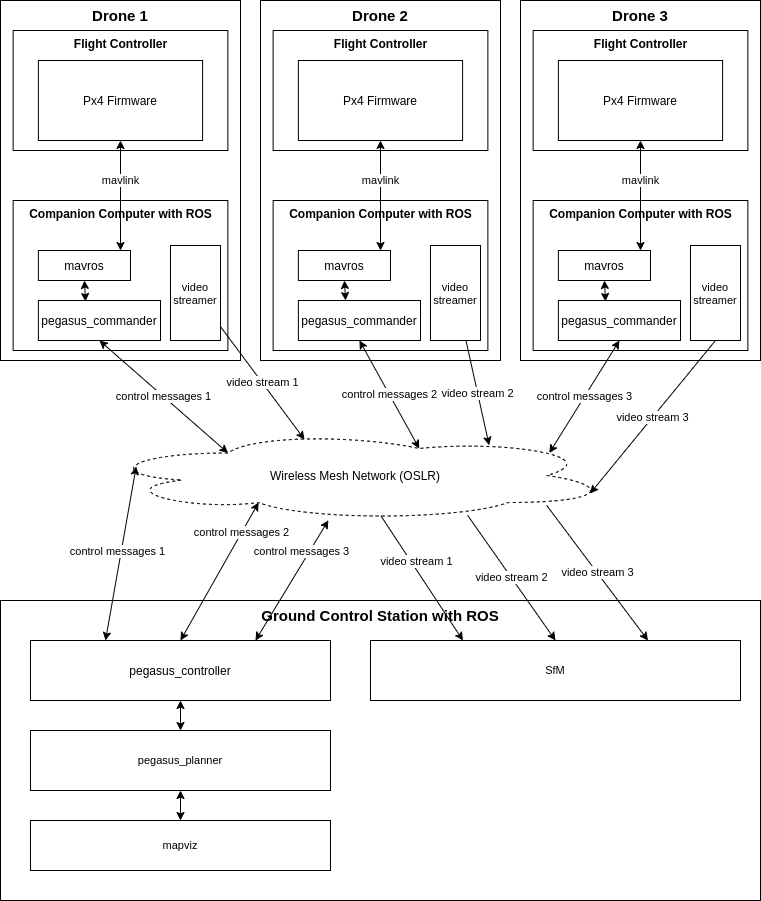
Earlier version of the draw.io export figures/methodology/system-overview.png (rmukhia/AIT-Thesis). Source tidied: cells renumbered, new cells last; positions are measured from the earlier drawing's top-left corner, leaving out a move shared by most shapes.
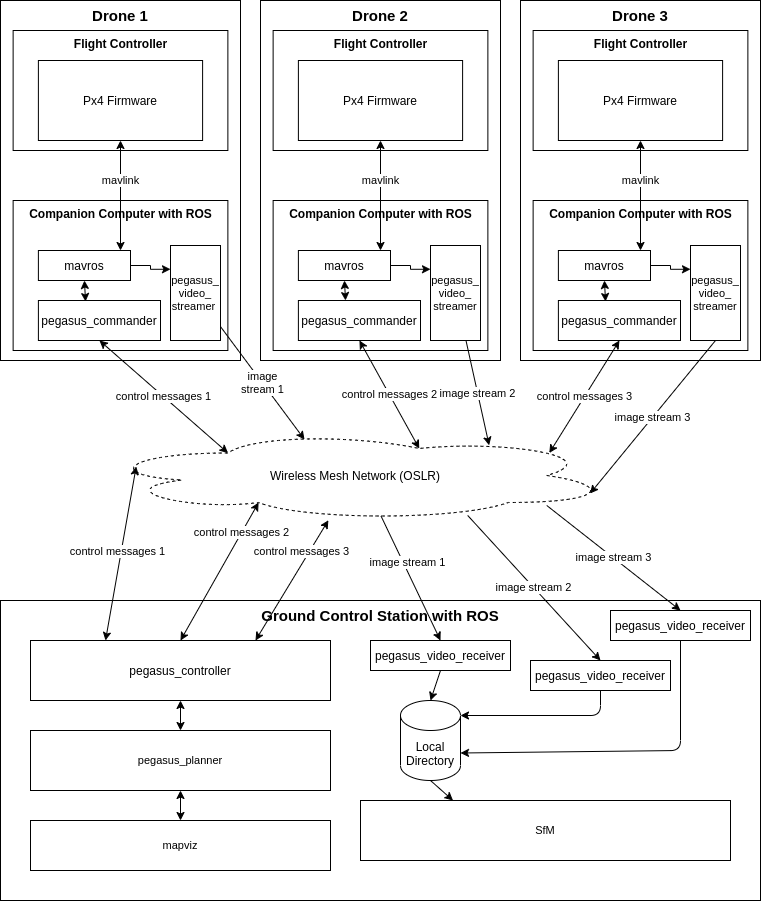
The same file after the commit.

The edit, as a diff of the source:
```diff
@@ -25,6 +25,9 @@
         </Array>
       </mxGeometry>
     </mxCell>
+    <mxCell id="53" style="edgeStyle=orthogonalEdgeStyle;rounded=0;jettySize=auto;html=1;exitX=1;exitY=0.5;exitDx=0;exitDy=0;entryX=0;entryY=0.25;entryDx=0;entryDy=0;" parent="2" edge="1" source="8" target="11">
+      <mxGeometry relative="1" as="geometry" />
+    </mxCell>
     <mxCell id="8" value="mavros" style="rounded=0;whiteSpace=wrap;html=1;" parent="2" vertex="1">
       <mxGeometry x="37.9" y="250" width="92.1" height="30" as="geometry" />
     </mxCell>
@@ -34,7 +37,7 @@
     <mxCell id="10" style="endArrow=classic;startArrow=classic;html=1;exitX=0.386;exitY=0.025;exitDx=0;exitDy=0;entryX=0.5;entryY=1;entryDx=0;entryDy=0;exitPerimeter=0;" parent="2" edge="1" source="9" target="8">
       <mxGeometry relative="1" as="geometry" />
     </mxCell>
-    <mxCell id="11" value="video streamer" style="rounded=0;whiteSpace=wrap;html=1;fontSize=11;" parent="2" vertex="1">
+    <mxCell id="11" value="pegasus_&lt;br&gt;video_&lt;br&gt;streamer&amp;nbsp;" style="rounded=0;whiteSpace=wrap;html=1;fontSize=11;" parent="2" vertex="1">
       <mxGeometry x="170" y="245" width="50" height="95" as="geometry" />
     </mxCell>
     <mxCell id="12" value="Wireless Mesh Network (OSLR)" style="ellipse;shape=cloud;whiteSpace=wrap;html=1;dashed=1;" parent="1" vertex="1">
@@ -63,6 +66,9 @@
         </Array>
       </mxGeometry>
     </mxCell>
+    <mxCell id="54" style="edgeStyle=orthogonalEdgeStyle;rounded=0;jettySize=auto;html=1;exitX=1;exitY=0.5;exitDx=0;exitDy=0;entryX=0;entryY=0.25;entryDx=0;entryDy=0;" parent="13" edge="1" source="19" target="22">
+      <mxGeometry relative="1" as="geometry" />
+    </mxCell>
     <mxCell id="19" value="mavros" style="rounded=0;whiteSpace=wrap;html=1;" parent="13" vertex="1">
       <mxGeometry x="37.9" y="250" width="92.1" height="30" as="geometry" />
     </mxCell>
@@ -72,7 +78,7 @@
     <mxCell id="21" style="endArrow=classic;startArrow=classic;html=1;exitX=0.386;exitY=0;exitDx=0;exitDy=0;entryX=0.5;entryY=1;entryDx=0;entryDy=0;exitPerimeter=0;" parent="13" edge="1" source="20" target="19">
       <mxGeometry relative="1" as="geometry" />
     </mxCell>
-    <mxCell id="22" value="video streamer" style="rounded=0;whiteSpace=wrap;html=1;fontSize=11;" parent="13" vertex="1">
+    <mxCell id="22" value="pegasus_&lt;br&gt;video_&lt;br&gt;streamer" style="rounded=0;whiteSpace=wrap;html=1;fontSize=11;" parent="13" vertex="1">
       <mxGeometry x="170" y="245" width="50" height="95" as="geometry" />
     </mxCell>
     <mxCell id="23" style="group;" parent="1" vertex="1">
@@ -98,6 +104,9 @@
         </Array>
       </mxGeometry>
     </mxCell>
+    <mxCell id="55" style="edgeStyle=orthogonalEdgeStyle;rounded=0;jettySize=auto;html=1;exitX=1;exitY=0.5;exitDx=0;exitDy=0;entryX=0;entryY=0.25;entryDx=0;entryDy=0;" parent="23" edge="1" source="29" target="32">
+      <mxGeometry relative="1" as="geometry" />
+    </mxCell>
     <mxCell id="29" value="mavros" style="rounded=0;whiteSpace=wrap;html=1;" parent="23" vertex="1">
       <mxGeometry x="37.9" y="250" width="92.1" height="30" as="geometry" />
     </mxCell>
@@ -107,7 +116,7 @@
     <mxCell id="31" style="endArrow=classic;startArrow=classic;html=1;exitX=0.386;exitY=0.025;exitDx=0;exitDy=0;entryX=0.5;entryY=1;entryDx=0;entryDy=0;exitPerimeter=0;" parent="23" edge="1" source="30" target="29">
       <mxGeometry relative="1" as="geometry" />
     </mxCell>
-    <mxCell id="32" value="video streamer" style="rounded=0;whiteSpace=wrap;html=1;fontSize=11;" parent="23" vertex="1">
+    <mxCell id="32" value="pegasus_&lt;br&gt;video_&lt;br&gt;streamer" style="rounded=0;whiteSpace=wrap;html=1;fontSize=11;" parent="23" vertex="1">
       <mxGeometry x="170" y="245" width="50" height="95" as="geometry" />
     </mxCell>
     <mxCell id="33" value="control messages 3" style="endArrow=classic;startArrow=classic;html=1;exitX=0.88;exitY=0.25;exitDx=0;exitDy=0;exitPerimeter=0;entryX=0.5;entryY=1;entryDx=0;entryDy=0;" parent="1" edge="1" source="12" target="30">
@@ -134,28 +143,28 @@
     <mxCell id="40" value="pegasus_controller" style="rounded=0;whiteSpace=wrap;html=1;" parent="1" vertex="1">
       <mxGeometry x="30" y="640" width="300" height="60" as="geometry" />
     </mxCell>
-    <mxCell id="41" value="video stream 1" style="rounded=0;jettySize=auto;html=1;entryX=0.4;entryY=0.1;entryDx=0;entryDy=0;entryPerimeter=0;startArrow=none;startFill=0;fontSize=11;" parent="1" edge="1" source="11" target="12">
+    <mxCell id="41" value="image&lt;br&gt;stream 1" style="rounded=0;jettySize=auto;html=1;entryX=0.4;entryY=0.1;entryDx=0;entryDy=0;entryPerimeter=0;startArrow=none;startFill=0;fontSize=11;" parent="1" edge="1" source="11" target="12">
       <mxGeometry relative="1" as="geometry" />
     </mxCell>
-    <mxCell id="42" value="video stream 2" style="rounded=0;jettySize=auto;html=1;entryX=0.762;entryY=0.164;entryDx=0;entryDy=0;entryPerimeter=0;startArrow=none;startFill=0;fontSize=11;" parent="1" edge="1" source="22" target="12">
+    <mxCell id="42" value="image stream 2" style="rounded=0;jettySize=auto;html=1;entryX=0.762;entryY=0.164;entryDx=0;entryDy=0;entryPerimeter=0;startArrow=none;startFill=0;fontSize=11;" parent="1" edge="1" source="22" target="12">
       <mxGeometry relative="1" as="geometry" />
     </mxCell>
-    <mxCell id="43" value="video stream 3" style="rounded=0;jettySize=auto;html=1;entryX=0.96;entryY=0.7;entryDx=0;entryDy=0;entryPerimeter=0;startArrow=none;startFill=0;fontSize=11;exitX=0.5;exitY=1;exitDx=0;exitDy=0;" parent="1" edge="1" source="32" target="12">
+    <mxCell id="43" value="image stream 3" style="rounded=0;jettySize=auto;html=1;entryX=0.96;entryY=0.7;entryDx=0;entryDy=0;entryPerimeter=0;startArrow=none;startFill=0;fontSize=11;exitX=0.5;exitY=1;exitDx=0;exitDy=0;" parent="1" edge="1" source="32" target="12">
       <mxGeometry relative="1" as="geometry" />
     </mxCell>
     <mxCell id="44" value="SfM" style="rounded=0;whiteSpace=wrap;html=1;fontSize=11;" parent="1" vertex="1">
-      <mxGeometry x="370" y="640" width="370" height="60" as="geometry" />
+      <mxGeometry x="360" y="800" width="370" height="60" as="geometry" />
     </mxCell>
-    <mxCell id="45" style="endArrow=classic;html=1;fontSize=11;exitX=0.55;exitY=0.95;exitDx=0;exitDy=0;exitPerimeter=0;entryX=0.25;entryY=0;entryDx=0;entryDy=0;" parent="1" edge="1" source="12" target="44">
+    <mxCell id="45" style="endArrow=classic;html=1;fontSize=11;exitX=0.55;exitY=0.95;exitDx=0;exitDy=0;exitPerimeter=0;entryX=0.5;entryY=0;entryDx=0;entryDy=0;" parent="1" edge="1" source="12" target="56">
       <mxGeometry relative="1" as="geometry" />
     </mxCell>
-    <mxCell id="46" value="video stream 1" style="edgeLabel;html=1;align=center;verticalAlign=middle;fontSize=11;" parent="45" vertex="1">
+    <mxCell id="46" value="image stream 1" style="edgeLabel;html=1;align=center;verticalAlign=middle;fontSize=11;" parent="45" vertex="1">
       <mxGeometry x="-0.24" y="4" relative="1" as="geometry" />
     </mxCell>
-    <mxCell id="47" value="video stream 2" style="endArrow=classic;html=1;fontSize=11;exitX=0.72;exitY=0.944;exitDx=0;exitDy=0;exitPerimeter=0;entryX=0.5;entryY=0;entryDx=0;entryDy=0;" parent="1" edge="1" source="12" target="44">
+    <mxCell id="47" value="image stream 2" style="endArrow=classic;html=1;fontSize=11;exitX=0.72;exitY=0.944;exitDx=0;exitDy=0;exitPerimeter=0;entryX=0.5;entryY=0;entryDx=0;entryDy=0;" parent="1" edge="1" source="12" target="57">
       <mxGeometry relative="1" as="geometry" />
     </mxCell>
-    <mxCell id="48" value="video stream 3" style="endArrow=classic;html=1;fontSize=11;exitX=0.875;exitY=0.833;exitDx=0;exitDy=0;exitPerimeter=0;entryX=0.75;entryY=0;entryDx=0;entryDy=0;" parent="1" edge="1" source="12" target="44">
+    <mxCell id="48" value="image stream 3" style="endArrow=classic;html=1;fontSize=11;exitX=0.875;exitY=0.833;exitDx=0;exitDy=0;exitPerimeter=0;entryX=0.5;entryY=0;entryDx=0;entryDy=0;" parent="1" edge="1" source="12" target="58">
       <mxGeometry relative="1" as="geometry" />
     </mxCell>
     <mxCell id="49" value="pegasus_planner" style="rounded=0;whiteSpace=wrap;html=1;fontSize=11;" parent="1" vertex="1">
@@ -172,5 +181,37 @@
         <mxPoint x="180" y="820" as="sourcePoint" />
       </mxGeometry>
     </mxCell>
+    <mxCell id="56" value="&lt;font style=&quot;font-size: 12px&quot;&gt;pegasus_video_receiver&lt;/font&gt;" style="rounded=0;whiteSpace=wrap;html=1;" parent="1" vertex="1">
+      <mxGeometry x="370" y="640" width="140" height="30" as="geometry" />
+    </mxCell>
+    <mxCell id="57" value="&lt;font style=&quot;font-size: 12px&quot;&gt;pegasus_video_receiver&lt;/font&gt;" style="rounded=0;whiteSpace=wrap;html=1;" parent="1" vertex="1">
+      <mxGeometry x="530" y="660" width="140" height="30" as="geometry" />
+    </mxCell>
+    <mxCell id="58" value="&lt;font style=&quot;font-size: 12px&quot;&gt;pegasus_video_receiver&lt;/font&gt;" style="rounded=0;whiteSpace=wrap;html=1;" parent="1" vertex="1">
+      <mxGeometry x="610" y="610" width="140" height="30" as="geometry" />
+    </mxCell>
+    <mxCell id="59" style="endArrow=classic;html=1;exitX=0.5;exitY=1;exitDx=0;exitDy=0;entryX=1;entryY=0;entryDx=0;entryDy=52.5;entryPerimeter=0;" parent="1" edge="1" source="58" target="61">
+      <mxGeometry relative="1" as="geometry">
+        <Array as="points">
+          <mxPoint x="680" y="750" />
+        </Array>
+      </mxGeometry>
+    </mxCell>
+    <mxCell id="60" style="endArrow=classic;html=1;exitX=0.5;exitY=1;exitDx=0;exitDy=0;entryX=1;entryY=0;entryDx=0;entryDy=15;entryPerimeter=0;" parent="1" edge="1" source="57" target="61">
+      <mxGeometry relative="1" as="geometry">
+        <Array as="points">
+          <mxPoint x="600" y="715" />
+        </Array>
+      </mxGeometry>
+    </mxCell>
+    <mxCell id="61" value="Local&lt;br&gt;Directory" style="shape=cylinder3;whiteSpace=wrap;html=1;boundedLbl=1;backgroundOutline=1;size=15;" parent="1" vertex="1">
+      <mxGeometry x="400" y="700" width="60" height="80" as="geometry" />
+    </mxCell>
+    <mxCell id="62" style="endArrow=classic;html=1;exitX=0.5;exitY=1;exitDx=0;exitDy=0;exitPerimeter=0;entryX=0.25;entryY=0;entryDx=0;entryDy=0;" parent="1" edge="1" source="61" target="44">
+      <mxGeometry relative="1" as="geometry" />
+    </mxCell>
+    <mxCell id="63" style="endArrow=classic;html=1;exitX=0.5;exitY=1;exitDx=0;exitDy=0;entryX=0.5;entryY=0;entryDx=0;entryDy=0;entryPerimeter=0;" parent="1" edge="1" source="56" target="61">
+      <mxGeometry relative="1" as="geometry" />
+    </mxCell>
   </root>
 </mxGraphModel>
```
